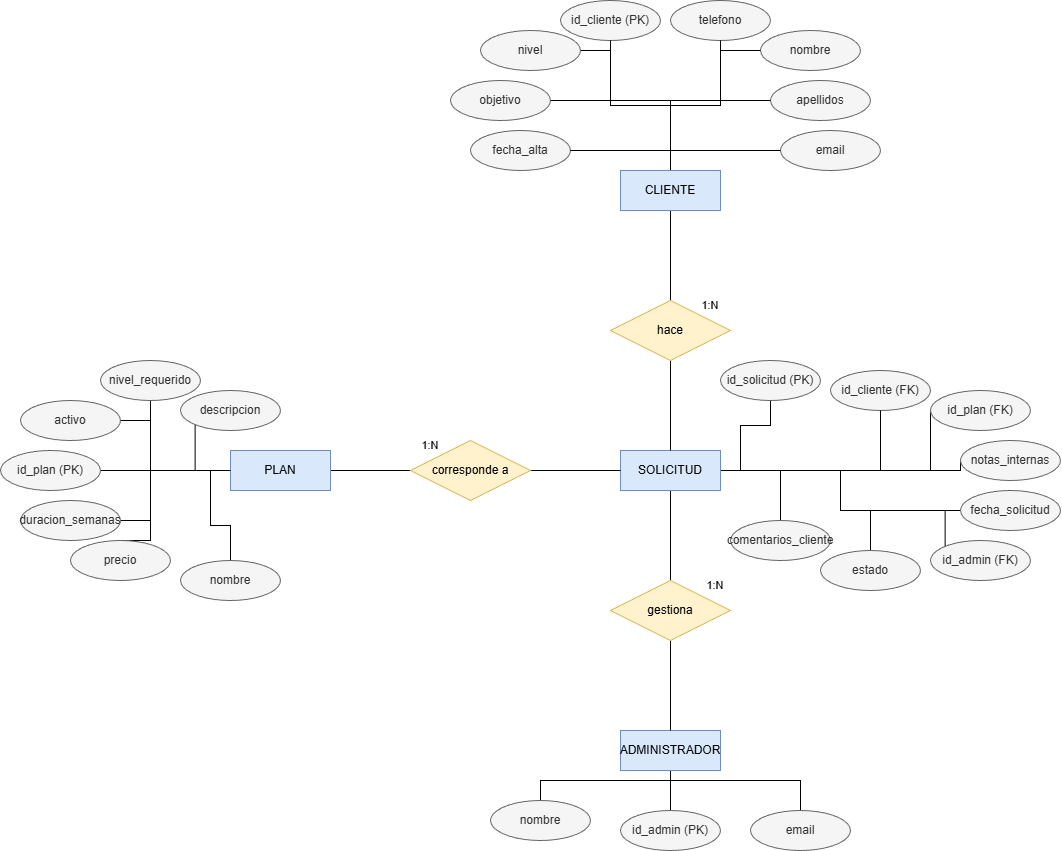
Before: diagrams/modelo_ER.png, a diagram exported from draw.io (Jbergo/nextrep-training). Source tidied: cells renumbered, new cells last; positions are measured from the earlier drawing's top-left corner, leaving out a move shared by most shapes.
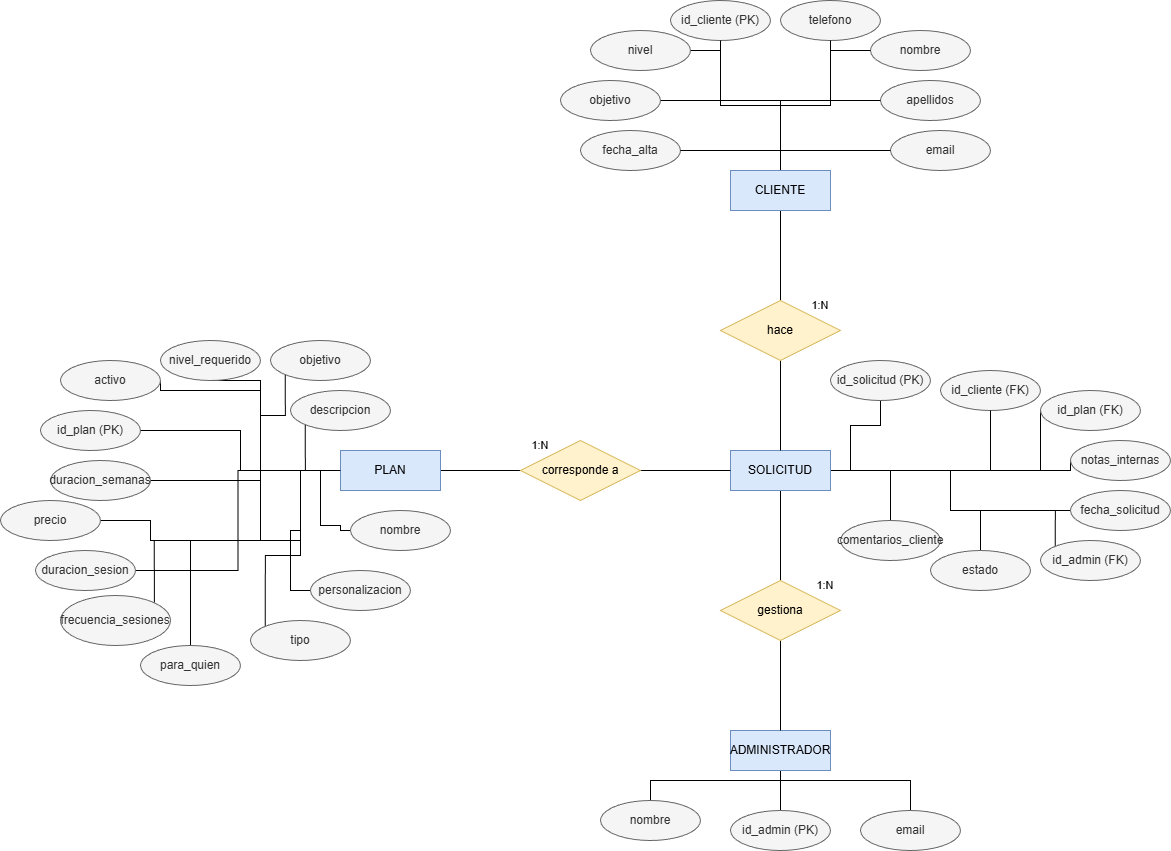
After the change.

Diff of the diagram source:
```diff
@@ -108,20 +108,22 @@
     <mxCell id="25" style="edgeStyle=orthogonalEdgeStyle;shape=connector;rounded=0;jettySize=auto;html=1;entryX=0;entryY=0.5;entryDx=0;entryDy=0;strokeColor=default;align=center;verticalAlign=middle;fontFamily=Helvetica;fontSize=11;fontColor=default;labelBackgroundColor=default;endArrow=none;endFill=0;" parent="1" edge="1" source="31" target="47">
       <mxGeometry relative="1" as="geometry" />
     </mxCell>
-    <mxCell id="26" style="edgeStyle=orthogonalEdgeStyle;shape=connector;rounded=0;jettySize=auto;html=1;entryX=0.5;entryY=0;entryDx=0;entryDy=0;strokeColor=default;align=center;verticalAlign=middle;fontFamily=Helvetica;fontSize=11;fontColor=default;labelBackgroundColor=default;endArrow=none;endFill=0;" parent="1" edge="1" source="31" target="63">
+    <mxCell id="26" style="edgeStyle=orthogonalEdgeStyle;shape=connector;rounded=0;jettySize=auto;html=1;entryX=1;entryY=0.5;entryDx=0;entryDy=0;strokeColor=default;align=center;verticalAlign=middle;fontFamily=Helvetica;fontSize=11;fontColor=default;labelBackgroundColor=default;endArrow=none;endFill=0;" parent="1" edge="1" source="31" target="63">
       <mxGeometry relative="1" as="geometry">
         <Array as="points">
           <mxPoint x="150" y="470" />
           <mxPoint x="150" y="540" />
+          <mxPoint x="40" y="540" />
         </Array>
       </mxGeometry>
     </mxCell>
-    <mxCell id="27" style="edgeStyle=orthogonalEdgeStyle;shape=connector;rounded=0;jettySize=auto;html=1;entryX=0.5;entryY=0;entryDx=0;entryDy=0;strokeColor=default;align=center;verticalAlign=middle;fontFamily=Helvetica;fontSize=11;fontColor=default;labelBackgroundColor=default;endArrow=none;endFill=0;" parent="1" edge="1" source="31" target="61">
+    <mxCell id="27" style="edgeStyle=orthogonalEdgeStyle;shape=connector;rounded=0;jettySize=auto;html=1;entryX=0;entryY=0.5;entryDx=0;entryDy=0;strokeColor=default;align=center;verticalAlign=middle;fontFamily=Helvetica;fontSize=11;fontColor=default;labelBackgroundColor=default;endArrow=none;endFill=0;" parent="1" edge="1" source="31" target="61">
       <mxGeometry relative="1" as="geometry">
         <Array as="points">
           <mxPoint x="210" y="470" />
           <mxPoint x="210" y="525" />
           <mxPoint x="230" y="525" />
+          <mxPoint x="230" y="530" />
         </Array>
       </mxGeometry>
     </mxCell>
@@ -133,16 +135,71 @@
       </mxGeometry>
     </mxCell>
     <mxCell id="29" style="edgeStyle=orthogonalEdgeStyle;shape=connector;rounded=0;jettySize=auto;html=1;entryX=0.5;entryY=1;entryDx=0;entryDy=0;strokeColor=default;align=center;verticalAlign=middle;fontFamily=Helvetica;fontSize=11;fontColor=default;labelBackgroundColor=default;endArrow=none;endFill=0;" parent="1" edge="1" source="31" target="66">
-      <mxGeometry relative="1" as="geometry" />
+      <mxGeometry relative="1" as="geometry">
+        <Array as="points">
+          <mxPoint x="150" y="470" />
+          <mxPoint x="150" y="380" />
+        </Array>
+      </mxGeometry>
     </mxCell>
     <mxCell id="30" style="edgeStyle=orthogonalEdgeStyle;shape=connector;rounded=0;jettySize=auto;html=1;entryX=1;entryY=0.5;entryDx=0;entryDy=0;strokeColor=default;align=center;verticalAlign=middle;fontFamily=Helvetica;fontSize=11;fontColor=default;labelBackgroundColor=default;endArrow=none;endFill=0;" parent="1" edge="1" source="31" target="67">
       <mxGeometry relative="1" as="geometry">
         <Array as="points">
           <mxPoint x="150" y="470" />
-          <mxPoint x="150" y="420" />
+          <mxPoint x="150" y="390" />
+          <mxPoint x="50" y="390" />
         </Array>
       </mxGeometry>
     </mxCell>
+    <mxCell id="70" style="edgeStyle=orthogonalEdgeStyle;rounded=0;jettySize=auto;html=1;entryX=0;entryY=1;entryDx=0;entryDy=0;endArrow=none;endFill=0;" parent="1" edge="1" source="31" target="78">
+      <mxGeometry relative="1" as="geometry">
+        <Array as="points">
+          <mxPoint x="150" y="470" />
+          <mxPoint x="150" y="415" />
+          <mxPoint x="175" y="415" />
+        </Array>
+      </mxGeometry>
+    </mxCell>
+    <mxCell id="71" style="edgeStyle=orthogonalEdgeStyle;shape=connector;rounded=0;jettySize=auto;html=1;entryX=0;entryY=0.5;entryDx=0;entryDy=0;strokeColor=default;align=center;verticalAlign=middle;fontFamily=Helvetica;fontSize=11;fontColor=default;labelBackgroundColor=default;endArrow=none;endFill=0;" parent="1" edge="1" source="31" target="80">
+      <mxGeometry relative="1" as="geometry">
+        <Array as="points">
+          <mxPoint x="190" y="470" />
+          <mxPoint x="190" y="530" />
+          <mxPoint x="180" y="530" />
+          <mxPoint x="180" y="590" />
+        </Array>
+      </mxGeometry>
+    </mxCell>
+    <mxCell id="72" style="edgeStyle=orthogonalEdgeStyle;shape=connector;rounded=0;jettySize=auto;html=1;entryX=0;entryY=0;entryDx=0;entryDy=0;strokeColor=default;align=center;verticalAlign=middle;fontFamily=Helvetica;fontSize=11;fontColor=default;labelBackgroundColor=default;endArrow=none;endFill=0;" parent="1" edge="1" source="31" target="79">
+      <mxGeometry relative="1" as="geometry">
+        <Array as="points">
+          <mxPoint x="190" y="470" />
+          <mxPoint x="190" y="555" />
+          <mxPoint x="155" y="555" />
+        </Array>
+      </mxGeometry>
+    </mxCell>
+    <mxCell id="73" style="edgeStyle=orthogonalEdgeStyle;shape=connector;rounded=0;jettySize=auto;html=1;entryX=0.5;entryY=0;entryDx=0;entryDy=0;strokeColor=default;align=center;verticalAlign=middle;fontFamily=Helvetica;fontSize=11;fontColor=default;labelBackgroundColor=default;endArrow=none;endFill=0;" parent="1" edge="1" source="31" target="81">
+      <mxGeometry relative="1" as="geometry">
+        <Array as="points">
+          <mxPoint x="150" y="470" />
+          <mxPoint x="150" y="540" />
+          <mxPoint x="80" y="540" />
+        </Array>
+      </mxGeometry>
+    </mxCell>
+    <mxCell id="74" style="edgeStyle=orthogonalEdgeStyle;shape=connector;rounded=0;jettySize=auto;html=1;entryX=1;entryY=0;entryDx=0;entryDy=0;strokeColor=default;align=center;verticalAlign=middle;fontFamily=Helvetica;fontSize=11;fontColor=default;labelBackgroundColor=default;endArrow=none;endFill=0;" parent="1" edge="1" source="31" target="77">
+      <mxGeometry relative="1" as="geometry">
+        <Array as="points">
+          <mxPoint x="190" y="470" />
+          <mxPoint x="190" y="540" />
+          <mxPoint x="44" y="540" />
+        </Array>
+      </mxGeometry>
+    </mxCell>
+    <mxCell id="75" style="edgeStyle=orthogonalEdgeStyle;shape=connector;rounded=0;jettySize=auto;html=1;entryX=1;entryY=0.5;entryDx=0;entryDy=0;strokeColor=default;align=center;verticalAlign=middle;fontFamily=Helvetica;fontSize=11;fontColor=default;labelBackgroundColor=default;endArrow=none;endFill=0;" parent="1" edge="1" source="31" target="76">
+      <mxGeometry relative="1" as="geometry" />
+    </mxCell>
     <mxCell id="31" value="PLAN" style="whiteSpace=wrap;html=1;align=center;fillColor=#dae8fc;strokeColor=#6c8ebf;" parent="1" vertex="1">
       <mxGeometry x="230" y="450" width="100" height="40" as="geometry" />
     </mxCell>
@@ -233,7 +290,7 @@
       <mxGeometry relative="1" as="geometry" />
     </mxCell>
     <mxCell id="52" value="id_plan (PK)" style="ellipse;whiteSpace=wrap;html=1;align=center;fillColor=#f5f5f5;fontColor=#333333;strokeColor=#666666;" parent="1" vertex="1">
-      <mxGeometry y="450" width="100" height="40" as="geometry" />
+      <mxGeometry x="-70" y="410" width="100" height="40" as="geometry" />
     </mxCell>
     <mxCell id="53" value="id_solicitud (PK)" style="ellipse;whiteSpace=wrap;html=1;align=center;fillColor=#f5f5f5;fontColor=#333333;strokeColor=#666666;" parent="1" vertex="1">
       <mxGeometry x="720" y="360" width="100" height="40" as="geometry" />
@@ -260,31 +317,40 @@
       <mxGeometry x="930" y="390" width="100" height="40" as="geometry" />
     </mxCell>
     <mxCell id="61" value="nombre" style="ellipse;whiteSpace=wrap;html=1;align=center;fillColor=#f5f5f5;fontColor=#333333;strokeColor=#666666;" parent="1" vertex="1">
-      <mxGeometry x="180" y="560" width="100" height="40" as="geometry" />
+      <mxGeometry x="240" y="510" width="100" height="40" as="geometry" />
     </mxCell>
     <mxCell id="62" value="descripcion" style="ellipse;whiteSpace=wrap;html=1;align=center;fillColor=#f5f5f5;fontColor=#333333;strokeColor=#666666;" parent="1" vertex="1">
       <mxGeometry x="180" y="390" width="100" height="40" as="geometry" />
     </mxCell>
     <mxCell id="63" value="precio" style="ellipse;whiteSpace=wrap;html=1;align=center;fillColor=#f5f5f5;fontColor=#333333;strokeColor=#666666;" parent="1" vertex="1">
-      <mxGeometry x="70" y="540" width="100" height="40" as="geometry" />
+      <mxGeometry x="-110" y="500" width="100" height="40" as="geometry" />
     </mxCell>
-    <mxCell id="64" style="edgeStyle=orthogonalEdgeStyle;shape=connector;rounded=0;jettySize=auto;html=1;strokeColor=default;align=center;verticalAlign=middle;fontFamily=Helvetica;fontSize=11;fontColor=default;labelBackgroundColor=default;endArrow=none;endFill=0;" parent="1" edge="1" source="65">
+    <mxCell id="64" style="edgeStyle=orthogonalEdgeStyle;shape=connector;rounded=0;jettySize=auto;html=1;strokeColor=default;align=center;verticalAlign=middle;fontFamily=Helvetica;fontSize=11;fontColor=default;labelBackgroundColor=default;endArrow=none;endFill=0;exitX=1;exitY=0.5;exitDx=0;exitDy=0;" parent="1" edge="1" source="65">
       <mxGeometry relative="1" as="geometry">
         <mxPoint x="230" y="470" as="targetPoint" />
         <Array as="points">
-          <mxPoint x="150" y="520" />
+          <mxPoint x="150" y="480" />
           <mxPoint x="150" y="470" />
         </Array>
       </mxGeometry>
     </mxCell>
     <mxCell id="65" value="duracion_semanas" style="ellipse;whiteSpace=wrap;html=1;align=center;fillColor=#f5f5f5;fontColor=#333333;strokeColor=#666666;" parent="1" vertex="1">
-      <mxGeometry x="20" y="500" width="100" height="40" as="geometry" />
+      <mxGeometry x="-60" y="460" width="100" height="40" as="geometry" />
     </mxCell>
+    <mxCell id="76" value="duracion_sesion" style="ellipse;whiteSpace=wrap;html=1;align=center;fillColor=#f5f5f5;fontColor=#333333;strokeColor=#666666;" parent="1" vertex="1">
+      <mxGeometry x="-75" y="550" width="100" height="40" as="geometry" />
+    </mxCell>
+    <mxCell id="77" value="frecuencia_sesiones" style="ellipse;whiteSpace=wrap;html=1;align=center;fillColor=#f5f5f5;fontColor=#333333;strokeColor=#666666;" parent="1" vertex="1">
+      <mxGeometry x="-50" y="595" width="110" height="50" as="geometry" />
+    </mxCell>
     <mxCell id="66" value="nivel_requerido" style="ellipse;whiteSpace=wrap;html=1;align=center;fillColor=#f5f5f5;fontColor=#333333;strokeColor=#666666;" parent="1" vertex="1">
-      <mxGeometry x="100" y="360" width="100" height="40" as="geometry" />
+      <mxGeometry x="50" y="340" width="100" height="40" as="geometry" />
     </mxCell>
+    <mxCell id="78" value="objetivo" style="ellipse;whiteSpace=wrap;html=1;align=center;fillColor=#f5f5f5;fontColor=#333333;strokeColor=#666666;" parent="1" vertex="1">
+      <mxGeometry x="160" y="340" width="100" height="40" as="geometry" />
+    </mxCell>
     <mxCell id="67" value="activo" style="ellipse;whiteSpace=wrap;html=1;align=center;fillColor=#f5f5f5;fontColor=#333333;strokeColor=#666666;" parent="1" vertex="1">
-      <mxGeometry x="20" y="400" width="100" height="40" as="geometry" />
+      <mxGeometry x="-50" y="360" width="100" height="40" as="geometry" />
     </mxCell>
     <mxCell id="68" value="nombre" style="ellipse;whiteSpace=wrap;html=1;align=center;fillColor=#f5f5f5;fontColor=#333333;strokeColor=#666666;" parent="1" vertex="1">
       <mxGeometry x="490" y="800" width="100" height="40" as="geometry" />
@@ -292,5 +358,14 @@
     <mxCell id="69" value="email" style="ellipse;whiteSpace=wrap;html=1;align=center;fillColor=#f5f5f5;fontColor=#333333;strokeColor=#666666;" parent="1" vertex="1">
       <mxGeometry x="750" y="810" width="100" height="40" as="geometry" />
     </mxCell>
+    <mxCell id="79" value="tipo" style="ellipse;whiteSpace=wrap;html=1;align=center;fillColor=#f5f5f5;fontColor=#333333;strokeColor=#666666;" parent="1" vertex="1">
+      <mxGeometry x="140" y="620" width="100" height="40" as="geometry" />
+    </mxCell>
+    <mxCell id="80" value="personalizacion" style="ellipse;whiteSpace=wrap;html=1;align=center;fillColor=#f5f5f5;fontColor=#333333;strokeColor=#666666;" parent="1" vertex="1">
+      <mxGeometry x="200" y="570" width="100" height="40" as="geometry" />
+    </mxCell>
+    <mxCell id="81" value="para_quien" style="ellipse;whiteSpace=wrap;html=1;align=center;fillColor=#f5f5f5;fontColor=#333333;strokeColor=#666666;" parent="1" vertex="1">
+      <mxGeometry x="30" y="645" width="100" height="40" as="geometry" />
+    </mxCell>
   </root>
 </mxGraphModel>
```
